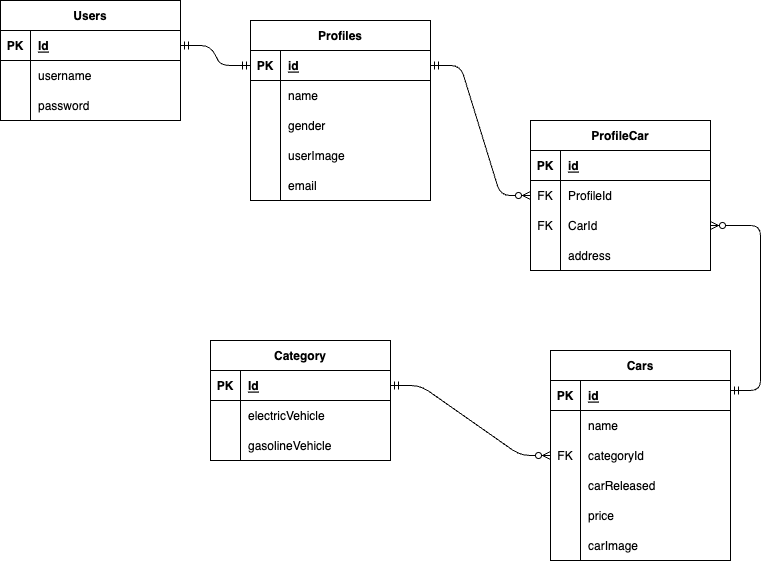
This is schema.png from galihadityam1/pairProject, a draw.io export, as it was before one commit. Source tidied: cells renumbered, new cells last; positions are measured from the earlier drawing's top-left corner, leaving out a move shared by most shapes.
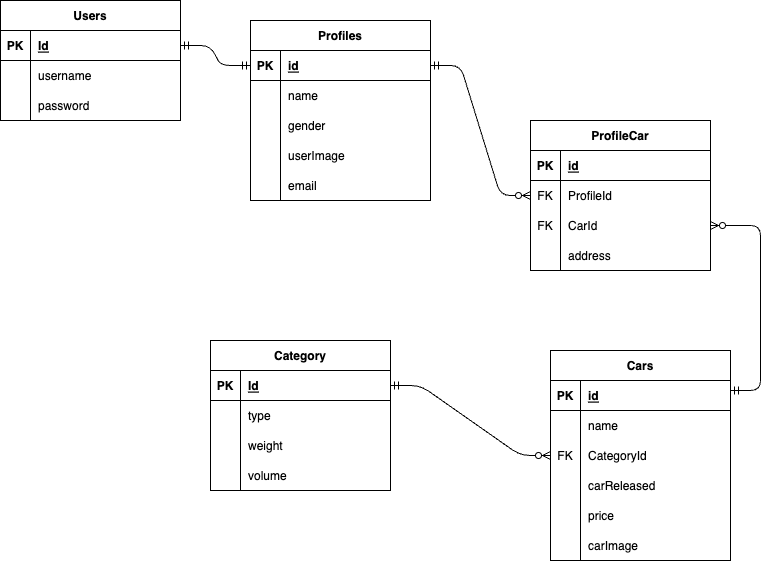
After the change.

The edit, as a diff of the source:
```diff
@@ -77,7 +77,7 @@
     <mxCell id="26" value="FK" style="shape=partialRectangle;fillColor=none;top=0;left=0;bottom=0;right=0;overflow=hidden;" parent="25" vertex="1">
       <mxGeometry width="30" height="30" as="geometry" />
     </mxCell>
-    <mxCell id="27" value="categoryId" style="shape=partialRectangle;fillColor=none;top=0;left=0;bottom=0;right=0;align=left;spacingLeft=6;overflow=hidden;" parent="25" vertex="1">
+    <mxCell id="27" value="CategoryId" style="shape=partialRectangle;fillColor=none;top=0;left=0;bottom=0;right=0;align=left;spacingLeft=6;overflow=hidden;" parent="25" vertex="1">
       <mxGeometry x="30" width="150" height="30" as="geometry" />
     </mxCell>
     <mxCell id="28" style="shape=tableRow;horizontal=0;startSize=0;swimlaneHead=0;swimlaneBody=0;fillColor=none;top=0;left=0;right=0;bottom=0;" parent="18" vertex="1">
@@ -188,7 +188,7 @@
       <mxGeometry relative="1" as="geometry" />
     </mxCell>
     <mxCell id="63" value="Category" style="shape=table;startSize=30;rowLines=0;fontStyle=1;align=center;" parent="1" vertex="1">
-      <mxGeometry x="210" y="340" width="180" height="120" as="geometry" />
+      <mxGeometry x="210" y="340" width="180" height="150" as="geometry" />
     </mxCell>
     <mxCell id="64" style="shape=tableRow;horizontal=0;startSize=0;swimlaneHead=0;swimlaneBody=0;fillColor=none;points=[[0,0.5],[1,0.5]];portConstraint=eastwest;top=0;left=0;right=0;bottom=1;" parent="63" vertex="1">
       <mxGeometry y="30" width="180" height="30" as="geometry" />
@@ -205,7 +205,7 @@
     <mxCell id="68" style="shape=partialRectangle;fillColor=none;top=0;left=0;bottom=0;right=0;overflow=hidden;" parent="67" vertex="1">
       <mxGeometry width="30" height="30" as="geometry" />
     </mxCell>
-    <mxCell id="69" value="electricVehicle" style="shape=partialRectangle;fillColor=none;top=0;left=0;bottom=0;right=0;align=left;spacingLeft=6;overflow=hidden;" parent="67" vertex="1">
+    <mxCell id="69" value="type" style="shape=partialRectangle;fillColor=none;top=0;left=0;bottom=0;right=0;align=left;spacingLeft=6;overflow=hidden;" parent="67" vertex="1">
       <mxGeometry x="30" width="150" height="30" as="geometry" />
     </mxCell>
     <mxCell id="70" style="shape=tableRow;horizontal=0;startSize=0;swimlaneHead=0;swimlaneBody=0;fillColor=none;top=0;left=0;right=0;bottom=0;" parent="63" vertex="1">
@@ -214,9 +214,18 @@
     <mxCell id="71" style="shape=partialRectangle;fillColor=none;top=0;left=0;bottom=0;right=0;overflow=hidden;" parent="70" vertex="1">
       <mxGeometry width="30" height="30" as="geometry" />
     </mxCell>
-    <mxCell id="72" value="gasolineVehicle" style="shape=partialRectangle;fillColor=none;top=0;left=0;bottom=0;right=0;align=left;spacingLeft=6;overflow=hidden;" parent="70" vertex="1">
+    <mxCell id="72" value="weight" style="shape=partialRectangle;fillColor=none;top=0;left=0;bottom=0;right=0;align=left;spacingLeft=6;overflow=hidden;" parent="70" vertex="1">
       <mxGeometry x="30" width="150" height="30" as="geometry" />
     </mxCell>
+    <mxCell id="74" style="shape=tableRow;horizontal=0;startSize=0;swimlaneHead=0;swimlaneBody=0;fillColor=none;top=0;left=0;right=0;bottom=0;" parent="63" vertex="1">
+      <mxGeometry y="120" width="180" height="30" as="geometry" />
+    </mxCell>
+    <mxCell id="75" style="shape=partialRectangle;fillColor=none;top=0;left=0;bottom=0;right=0;overflow=hidden;" parent="74" vertex="1">
+      <mxGeometry width="30" height="30" as="geometry" />
+    </mxCell>
+    <mxCell id="76" value="volume" style="shape=partialRectangle;fillColor=none;top=0;left=0;bottom=0;right=0;align=left;spacingLeft=6;overflow=hidden;" parent="74" vertex="1">
+      <mxGeometry x="30" width="150" height="30" as="geometry" />
+    </mxCell>
     <mxCell id="73" style="edgeStyle=entityRelationEdgeStyle;fontSize=12;html=1;endArrow=ERzeroToMany;startArrow=ERmandOne;exitX=1;exitY=0.5;exitDx=0;exitDy=0;entryX=0;entryY=0.5;entryDx=0;entryDy=0;" parent="1" edge="1" source="64" target="25">
       <mxGeometry relative="1" as="geometry" />
     </mxCell>
```
